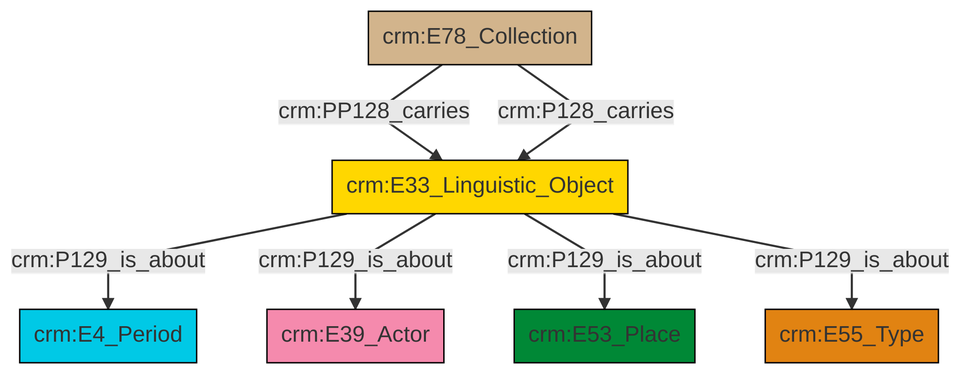
Before: et/archivalCSV/ttl/mmd/png/archival_aboutness.png, a diagram exported from Mermaid (swiss-art-research-net/docs.swissartresearch). Its source is kept beside it as et/archivalCSV/ttl/mmd/archival_aboutness.ttl.mmd.
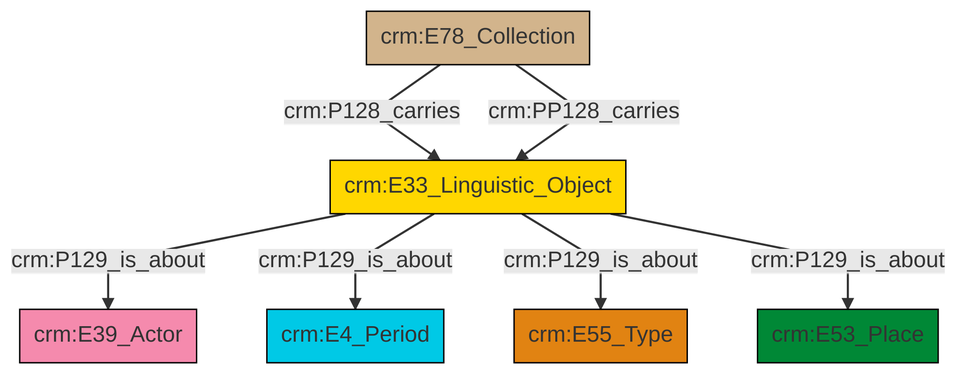
After the change.

The edit, as a diff of the source:
```diff
@@ -13,9 +13,9 @@
 classDef PC_Classes fill:#4ce600, stroke:#000000;
 classDef Multi fill:#cccccc,stroke:#000000;
 
-0["crm:E78_Collection"]:::Physical_Thing -->|crm:PP128_carries| 1["crm:E33_Linguistic_Object"]:::Conceptual_Object
-1["crm:E33_Linguistic_Object"]:::Conceptual_Object -->|crm:P129_is_about| 2["crm:E4_Period"]:::Temporal_Entity
-1["crm:E33_Linguistic_Object"]:::Conceptual_Object -->|crm:P129_is_about| 3["crm:E39_Actor"]:::Actor
-1["crm:E33_Linguistic_Object"]:::Conceptual_Object -->|crm:P129_is_about| 9["crm:E53_Place"]:::Place
-1["crm:E33_Linguistic_Object"]:::Conceptual_Object -->|crm:P129_is_about| 7["crm:E55_Type"]:::Type
-0["crm:E78_Collection"]:::Physical_Thing -->|crm:P128_carries| 1["crm:E33_Linguistic_Object"]:::Conceptual_Object
+0["crm:E33_Linguistic_Object"]:::Conceptual_Object -->|crm:P129_is_about| 2["crm:E39_Actor"]:::Actor
+0["crm:E33_Linguistic_Object"]:::Conceptual_Object -->|crm:P129_is_about| 3["crm:E4_Period"]:::Temporal_Entity
+4["crm:E78_Collection"]:::Physical_Thing -->|crm:P128_carries| 0["crm:E33_Linguistic_Object"]:::Conceptual_Object
+0["crm:E33_Linguistic_Object"]:::Conceptual_Object -->|crm:P129_is_about| 7["crm:E55_Type"]:::Type
+0["crm:E33_Linguistic_Object"]:::Conceptual_Object -->|crm:P129_is_about| 8["crm:E53_Place"]:::Place
+4["crm:E78_Collection"]:::Physical_Thing -->|crm:PP128_carries| 0["crm:E33_Linguistic_Object"]:::Conceptual_Object
```
